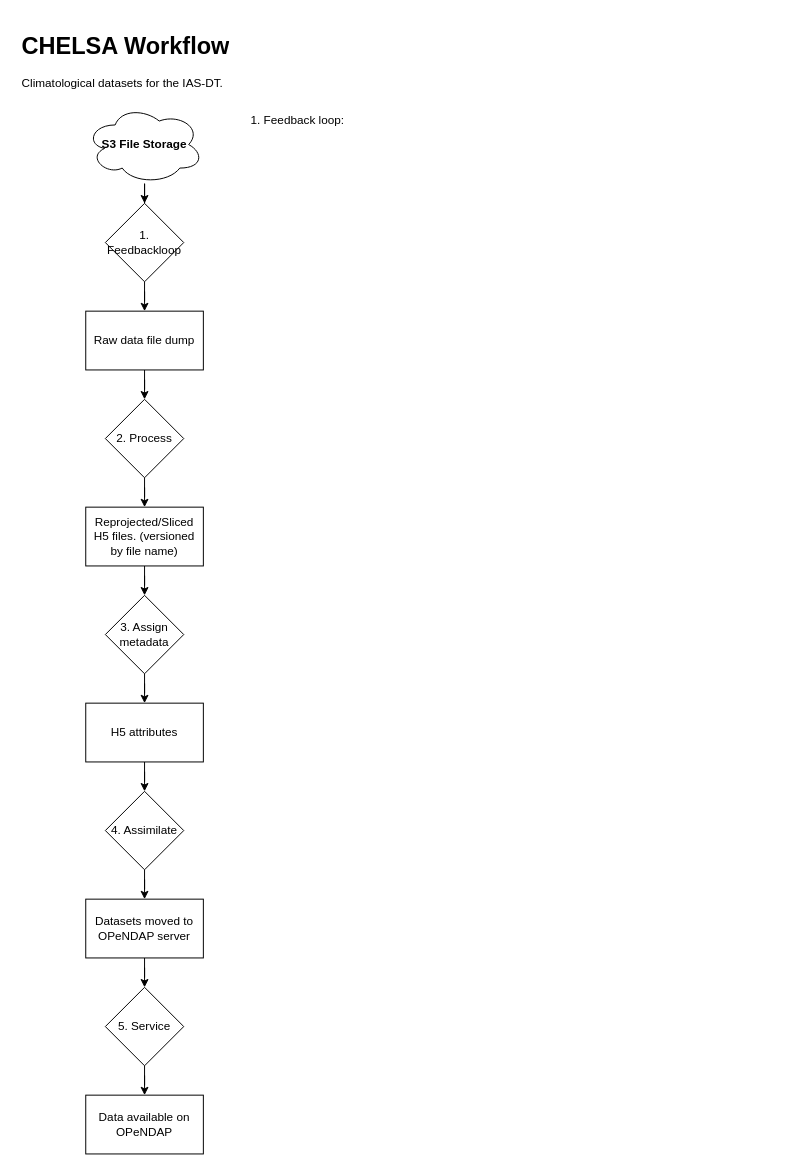
Earlier version of the draw.io diagram page "chelsa" (4 of 4) of references/architecture/IASDT-dataflow.drawio (BioDT/uc-ias-workflows). Source tidied: cells renumbered, new cells numbered last; positions are measured from the earlier drawing's top-left corner, leaving out a move shared by most shapes. Both pictures are drawn from the tidied source at 98%, with x=0, y=0 at pixel (17, 26).
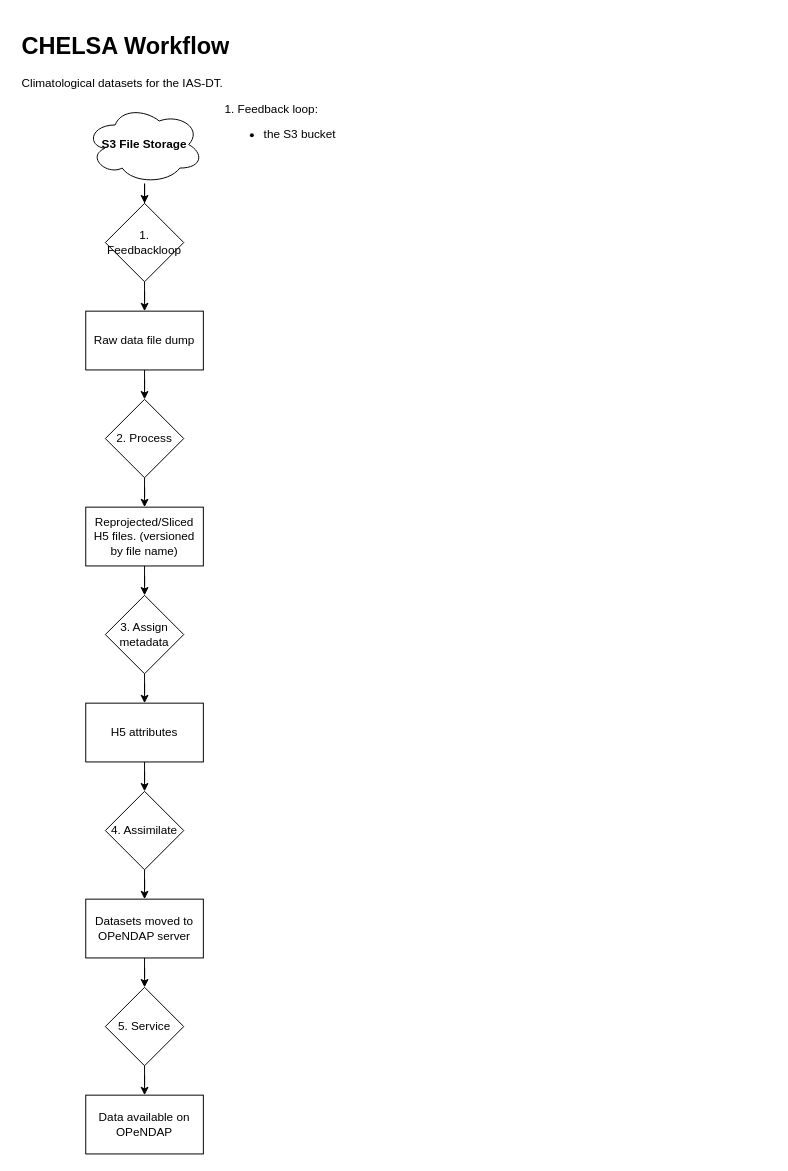
The same diagram, later.

Commit message:
notes added to chelsa flowchart

Change to the diagram source:
```diff
@@
-    <mxCell id="24" value="&lt;ol&gt;&lt;li&gt;Feedback loop:&amp;nbsp;&lt;/li&gt;&lt;/ol&gt;" style="text;html=1;align=left;verticalAlign=top;whiteSpace=wrap;rounded=0;fontSize=12;labelBorderColor=none;labelBackgroundColor=none;shadow=0;" parent="1" vertex="1">
+    <mxCell id="24" value="&lt;span style=&quot;background-color: initial;&quot;&gt;1. Feedback loop: &lt;/span&gt;&lt;br style=&quot;background-color: initial;&quot;&gt;&lt;ul&gt;&lt;li&gt;&lt;span style=&quot;background-color: initial;&quot;&gt;the S3 bucket&amp;nbsp;&amp;nbsp;&lt;/span&gt;&lt;/li&gt;&lt;/ul&gt;" style="text;html=1;align=left;verticalAlign=top;whiteSpace=wrap;rounded=0;fontSize=12;labelBorderColor=none;labelBackgroundColor=none;shadow=0;" parent="1" vertex="1">
       <mxGeometry x="210" y="70" width="560" height="1070" as="geometry" />
     </mxCell>
```
